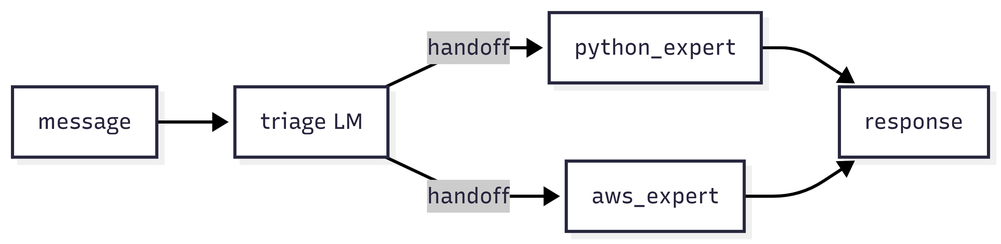
bilardi/custom-ai-agents keeps this Mermaid diagram as images/engine-multi-agent.png. Above is the earlier version. Its source is kept beside it as images/engine-multi-agent.mermaid.
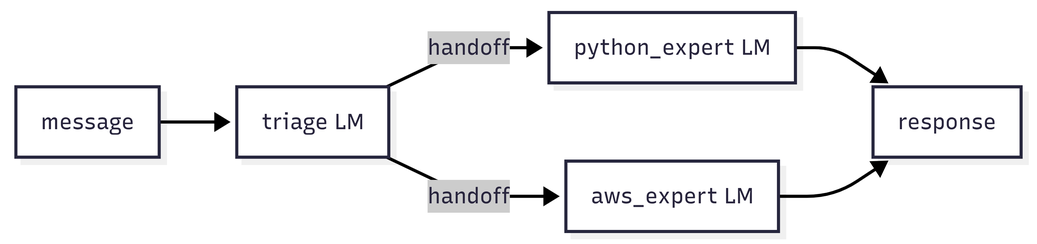
After the change.

Commit message:
docs: refine blog post and engine diagrams

Diff of the diagram source:
```diff
@@ -1,6 +1,6 @@
 flowchart LR
   M[message] --> Tr[triage LM]
-  Tr -->|handoff| Py[python_expert]
-  Tr -->|handoff| Aws[aws_expert]
+  Tr -->|handoff| Py[python_expert LM]
+  Tr -->|handoff| Aws[aws_expert LM]
   Py --> Resp[response]
   Aws --> Resp
```
